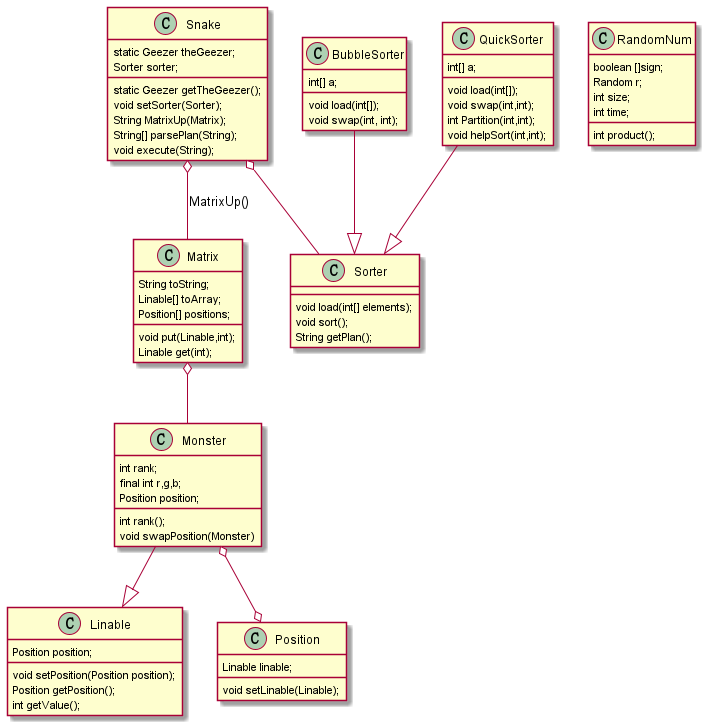
Earlier version of the PlantUML export S191220124/task3/pic/task3Character.png (jwork-2021-attic/jw02-Baykin5).
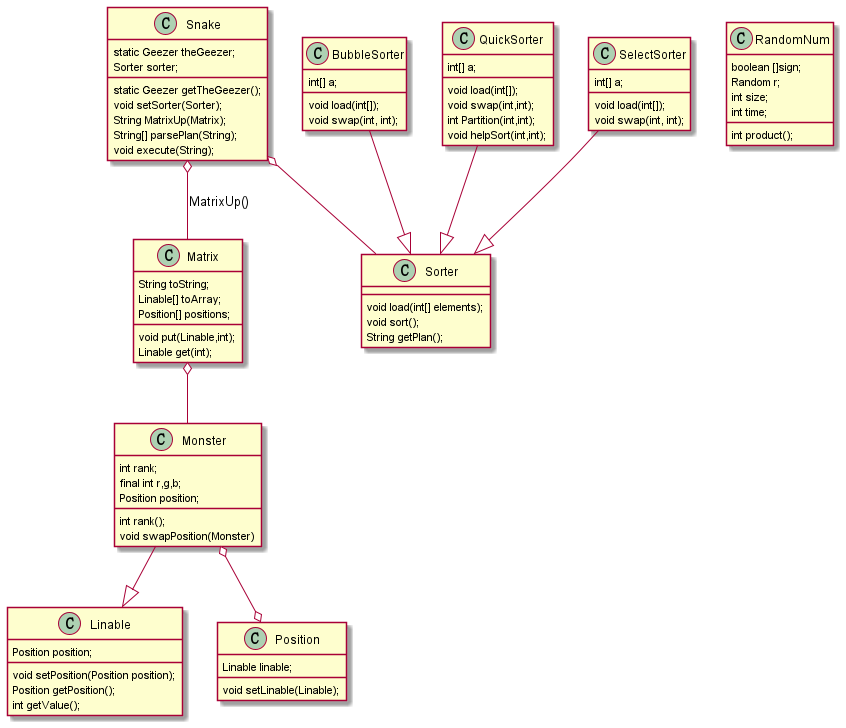
Above is the later version.

Change to the diagram source:
```diff
@@ -62,6 +62,12 @@
     int Partition(int,int);
     void helpSort(int,int);
 }
+
+class SelectSorter{
+    int[] a;
+    void load(int[]);
+    void swap(int, int);
+}
 class RandomNum{
     boolean []sign;
     Random r;
@@ -73,7 +79,7 @@
 BubbleSorter --|> Sorter
 QuickSorter --|> Sorter
 Monster --|>Linable
-
+SelectSorter --|>Sorter
 
 Matrix o-- Monster
 Monster o--o Position
```
